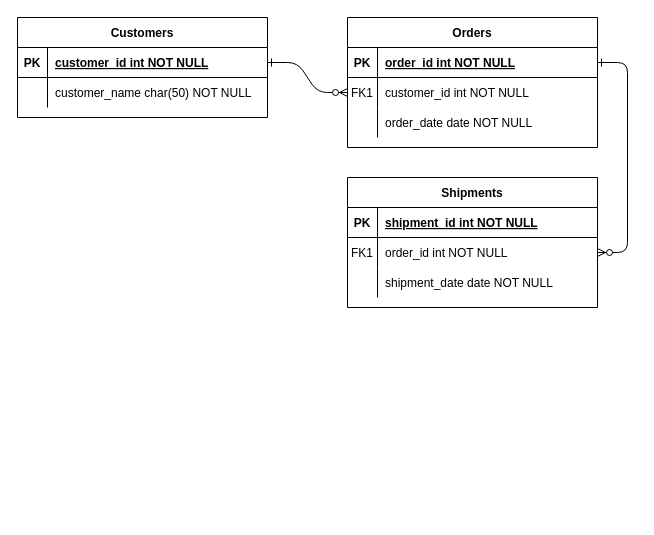
The draw.io diagram Untitled Diagram.drawio in Amaz0ser/Amaz0ser.github.io, before the edit. Source tidied: cells renumbered, new cells numbered last; positions are measured from the earlier drawing's top-left corner, leaving out a move shared by most shapes. Both pictures are drawn from the tidied source at 100%, with x=0, y=0 at pixel (17, 17).
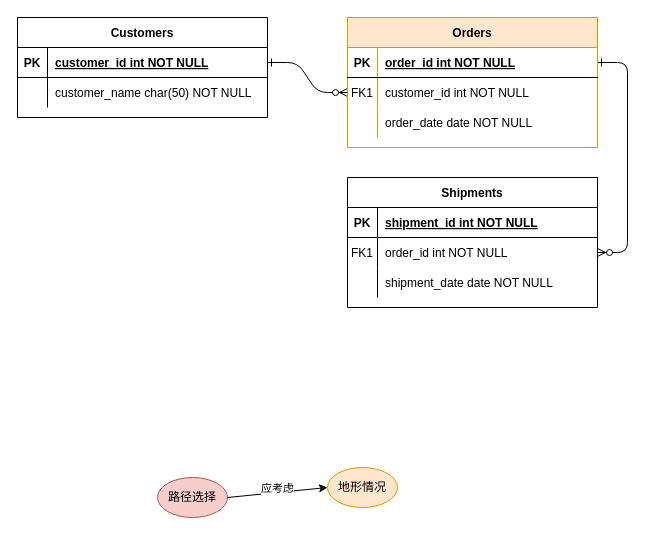
Above is the later version.

Diff of the diagram source:
```diff
@@
-    <mxCell id="4" value="Orders" style="shape=table;startSize=30;childLayout=tableLayout;rowLines=0;fontStyle=1;align=center;" parent="1" vertex="1">
+    <mxCell id="4" value="Orders" style="shape=table;startSize=30;childLayout=tableLayout;rowLines=0;fontStyle=1;align=center;fillColor=#ffe6cc;strokeColor=#d79b00;" parent="1" vertex="1">
       <mxGeometry x="330" width="250" height="130" as="geometry" />
     </mxCell>
@@
+    <mxCell id="31" value="路径选择" style="ellipse;whiteSpace=wrap;html=1;fillColor=#f8cecc;strokeColor=#b85450;" parent="1" vertex="1">
+      <mxGeometry x="140" y="460" width="70" height="40" as="geometry" />
+    </mxCell>
+    <mxCell id="32" value="地形情况" style="ellipse;whiteSpace=wrap;html=1;fillColor=#ffe6cc;strokeColor=#d79b00;" parent="1" vertex="1">
+      <mxGeometry x="310" y="450" width="70" height="40" as="geometry" />
+    </mxCell>
+    <mxCell id="33" style="endArrow=classic;html=1;entryX=0;entryY=0.5;entryDx=0;entryDy=0;exitX=1;exitY=0.5;exitDx=0;exitDy=0;" parent="1" edge="1" source="31" target="32">
+      <mxGeometry relative="1" as="geometry" />
+    </mxCell>
+    <mxCell id="34" value="应考虑" style="edgeLabel;html=1;align=center;verticalAlign=middle;" parent="33" vertex="1">
+      <mxGeometry x="0.26" relative="1" as="geometry">
+        <mxPoint x="-13" y="-3.7" as="offset" />
+      </mxGeometry>
+    </mxCell>
```
